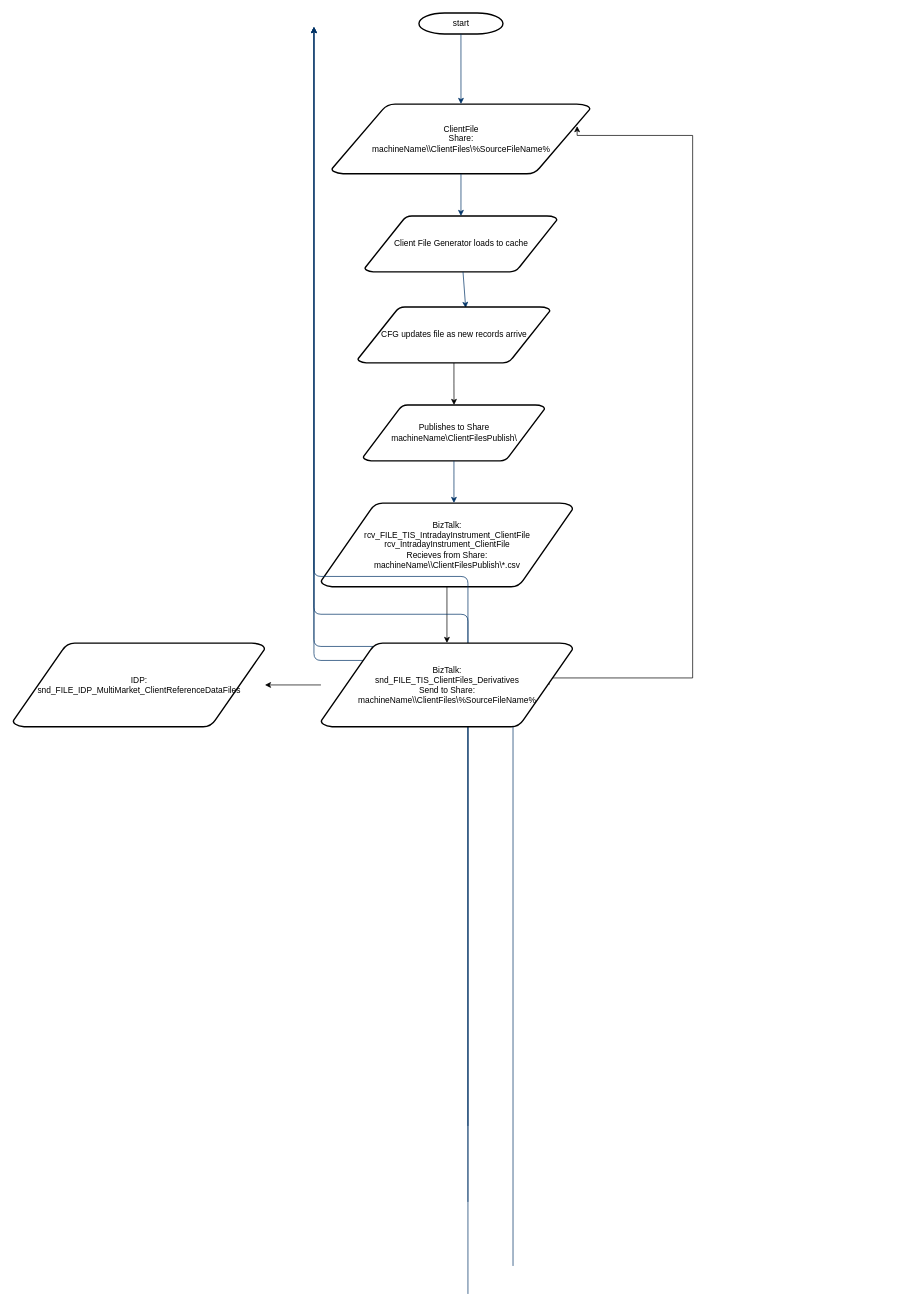
ByMadiba/Sandbox keeps this draw.io diagram as ClientFiles.drawio. Above is the earlier version. Source tidied: cells renumbered, new cells numbered last; positions are measured from the earlier drawing's top-left corner, leaving out a move shared by most shapes. Both pictures are drawn from the tidied source at 70%, with x=0, y=0 at pixel (13, 13).
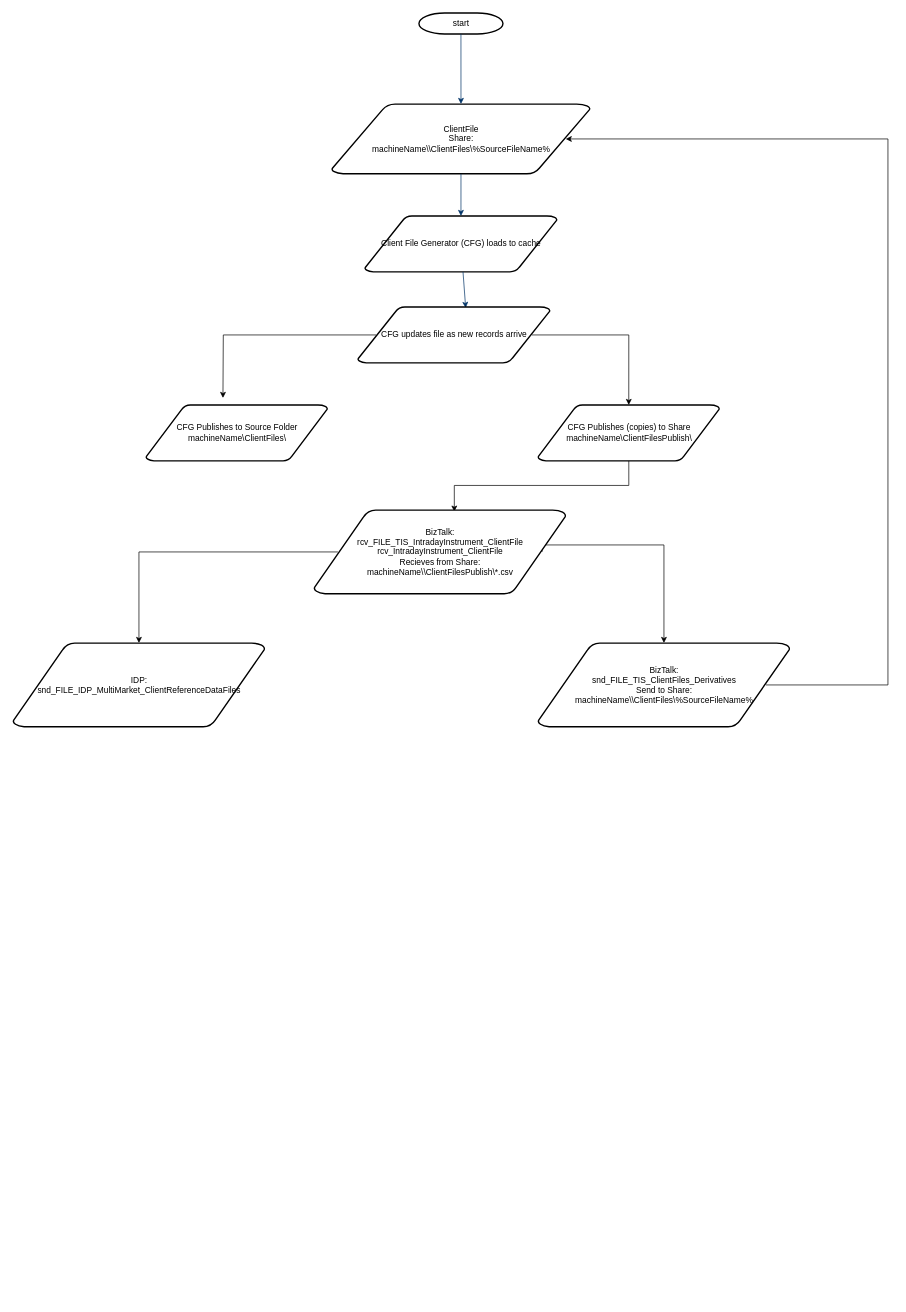
Above is the later version.

Commit message:
Full routing

The change refers to these unchanged cells:
```xml
<mxCell id="3" value="ClientFile&lt;br&gt;Share:&lt;br style=&quot;border-color: var(--border-color);&quot;&gt;machineName\\ClientFiles\%SourceFileName%" style="shape=mxgraph.flowchart.data;strokeWidth=2;gradientColor=none;gradientDirection=north;fontStyle=0;html=1;" parent="1" vertex="1">
  <mxGeometry x="455.3" y="130" width="369.5" height="100" as="geometry" />
</mxCell>
<mxCell id="17" value="CFG updates file as new records arrive" style="shape=mxgraph.flowchart.data;strokeWidth=2;gradientColor=none;gradientDirection=north;fontStyle=0;html=1;" parent="1" vertex="1">
  <mxGeometry x="492.6" y="420" width="274.8" height="80" as="geometry" />
</mxCell>
<mxCell id="21" value="IDP:&lt;br&gt;snd_FILE_IDP_MultiMarket_ClientReferenceDataFiles" style="shape=mxgraph.flowchart.data;strokeWidth=2;gradientColor=none;gradientDirection=north;fontStyle=0;html=1;" parent="1" vertex="1">
  <mxGeometry y="900" width="360" height="120" as="geometry" />
</mxCell>
```

Diff of the diagram source:
```diff
@@
+    <mxCell id="11" style="edgeStyle=orthogonalEdgeStyle;rounded=0;jettySize=auto;html=1;entryX=0.557;entryY=0.02;entryDx=0;entryDy=0;entryPerimeter=0;" parent="1" edge="1" source="4" target="10">
+      <mxGeometry relative="1" as="geometry" />
+    </mxCell>
-    <mxCell id="4" value="Publishes to Share&lt;br&gt;machineName\ClientFilesPublish\" style="shape=mxgraph.flowchart.data;strokeWidth=2;gradientColor=none;gradientDirection=north;fontStyle=0;html=1;" parent="1" vertex="1">
-      <mxGeometry x="500.3" y="560" width="259.5" height="80" as="geometry" />
+    <mxCell id="4" value="CFG Publishes (copies) to Share&lt;br&gt;machineName\ClientFilesPublish\" style="shape=mxgraph.flowchart.data;strokeWidth=2;gradientColor=none;gradientDirection=north;fontStyle=0;html=1;" parent="1" vertex="1">
+      <mxGeometry x="750" y="560" width="259.5" height="80" as="geometry" />
     </mxCell>
-    <mxCell id="5" value="Client File Generator loads to cache" style="shape=mxgraph.flowchart.data;strokeWidth=2;gradientColor=none;gradientDirection=north;fontStyle=0;html=1;" parent="1" vertex="1">
+    <mxCell id="5" value="Client File Generator (CFG) loads to cache" style="shape=mxgraph.flowchart.data;strokeWidth=2;gradientColor=none;gradientDirection=north;fontStyle=0;html=1;" parent="1" vertex="1">
       <mxGeometry x="502.6" y="290" width="274.8" height="80" as="geometry" />
     </mxCell>
@@
-    <mxCell id="9" style="edgeStyle=orthogonalEdgeStyle;rounded=0;jettySize=auto;html=1;entryX=0.5;entryY=0;entryDx=0;entryDy=0;entryPerimeter=0;" parent="1" edge="1" source="10" target="20">
-      <mxGeometry relative="1" as="geometry" />
+    <mxCell id="9" style="edgeStyle=orthogonalEdgeStyle;rounded=0;jettySize=auto;html=1;entryX=0.5;entryY=0;entryDx=0;entryDy=0;entryPerimeter=0;exitX=0.905;exitY=0.5;exitDx=0;exitDy=0;exitPerimeter=0;" parent="1" edge="1" source="10" target="20">
+      <mxGeometry relative="1" as="geometry">
+        <Array as="points">
+          <mxPoint x="930" y="760" />
+        </Array>
+      </mxGeometry>
     </mxCell>
     <mxCell id="10" value="BizTalk:&lt;br&gt;rcv_FILE_TIS_IntradayInstrument_ClientFile&lt;br&gt;rcv_IntradayInstrument_ClientFile&lt;br&gt;Recieves from Share:&lt;br&gt;machineName\\ClientFilesPublish\*.csv" style="shape=mxgraph.flowchart.data;strokeWidth=2;gradientColor=none;gradientDirection=north;fontStyle=0;html=1;" parent="1" vertex="1">
-      <mxGeometry x="440" y="700" width="360" height="120" as="geometry" />
+      <mxGeometry x="430" y="710" width="360" height="120" as="geometry" />
     </mxCell>
-    <mxCell id="11" style="edgeStyle=elbowEdgeStyle;elbow=horizontal;fontStyle=1;strokeColor=#003366;strokeWidth=1;html=1;" parent="1" edge="1" source="4" target="10">
-      <mxGeometry as="geometry" />
-    </mxCell>
-    <mxCell id="12" style="edgeStyle=elbowEdgeStyle;elbow=vertical;exitX=0.5;exitY=1;exitPerimeter=0;entryX=0.5;entryY=0;entryPerimeter=0;fontStyle=1;strokeColor=#003366;strokeWidth=1;html=1;" parent="1" edge="1">
-      <mxGeometry as="geometry">
-        <mxPoint x="650" y="1590" as="sourcePoint" />
-        <mxPoint x="430" y="20" as="targetPoint" />
-      </mxGeometry>
-    </mxCell>
-    <mxCell id="13" style="edgeStyle=elbowEdgeStyle;elbow=vertical;exitX=0.5;exitY=1;exitPerimeter=0;entryX=0.5;entryY=0;entryPerimeter=0;fontStyle=1;strokeColor=#003366;strokeWidth=1;html=1;" parent="1" edge="1">
-      <mxGeometry as="geometry">
-        <mxPoint x="650" y="1698.5" as="sourcePoint" />
-        <mxPoint x="430" y="20" as="targetPoint" />
-      </mxGeometry>
-    </mxCell>
-    <mxCell id="14" style="edgeStyle=elbowEdgeStyle;elbow=vertical;exitX=0.5;exitY=1;exitPerimeter=0;entryX=0.5;entryY=0;entryPerimeter=0;fontStyle=1;strokeColor=#003366;strokeWidth=1;html=1;" parent="1" edge="1">
-      <mxGeometry as="geometry">
-        <mxPoint x="650" y="1830" as="sourcePoint" />
-        <mxPoint x="430" y="20" as="targetPoint" />
-      </mxGeometry>
-    </mxCell>
-    <mxCell id="15" style="edgeStyle=elbowEdgeStyle;elbow=vertical;exitX=0.905;exitY=0.5;exitPerimeter=0;entryX=0;entryY=0.5;entryPerimeter=0;fontStyle=1;strokeColor=#003366;strokeWidth=1;html=1;" parent="1" edge="1">
-      <mxGeometry as="geometry">
-        <mxPoint x="714.4" y="1790" as="sourcePoint" />
-        <mxPoint x="430" y="20" as="targetPoint" />
-      </mxGeometry>
-    </mxCell>
-    <mxCell id="16" style="edgeStyle=orthogonalEdgeStyle;rounded=0;jettySize=auto;html=1;" parent="1" edge="1" source="17" target="4">
-      <mxGeometry relative="1" as="geometry" />
+    <mxCell id="16" style="edgeStyle=orthogonalEdgeStyle;rounded=0;jettySize=auto;html=1;exitX=0.095;exitY=0.5;exitDx=0;exitDy=0;exitPerimeter=0;" parent="1" edge="1" source="17">
+      <mxGeometry relative="1" as="geometry">
+        <mxPoint x="300" y="550" as="targetPoint" />
+      </mxGeometry>
     </mxCell>
@@
+    <mxCell id="19" style="edgeStyle=orthogonalEdgeStyle;rounded=0;jettySize=auto;html=1;exitX=0.095;exitY=0.5;exitDx=0;exitDy=0;exitPerimeter=0;" parent="1" edge="1" source="10" target="21">
+      <mxGeometry relative="1" as="geometry" />
+    </mxCell>
-    <mxCell id="18" style="edgeStyle=orthogonalEdgeStyle;rounded=0;jettySize=auto;html=1;entryX=0.949;entryY=0.317;entryDx=0;entryDy=0;entryPerimeter=0;exitX=0.905;exitY=0.5;exitDx=0;exitDy=0;exitPerimeter=0;" parent="1" edge="1" source="20" target="3">
+    <mxCell id="18" style="edgeStyle=orthogonalEdgeStyle;rounded=0;jettySize=auto;html=1;entryX=0.905;entryY=0.5;entryDx=0;entryDy=0;entryPerimeter=0;exitX=0.905;exitY=0.5;exitDx=0;exitDy=0;exitPerimeter=0;" parent="1" edge="1" source="20" target="3">
       <mxGeometry relative="1" as="geometry">
         <Array as="points">
-          <mxPoint x="971" y="950" />
-          <mxPoint x="971" y="175" />
+          <mxPoint x="1250" y="960" />
+          <mxPoint x="1250" y="180" />
         </Array>
       </mxGeometry>
     </mxCell>
-    <mxCell id="19" style="edgeStyle=orthogonalEdgeStyle;rounded=0;jettySize=auto;html=1;" parent="1" edge="1" source="20" target="21">
-      <mxGeometry relative="1" as="geometry" />
-    </mxCell>
     <mxCell id="20" value="BizTalk:&lt;br&gt;snd_FILE_TIS_ClientFiles_Derivatives&lt;br&gt;Send to Share:&lt;br&gt;machineName\\ClientFiles\%SourceFileName%" style="shape=mxgraph.flowchart.data;strokeWidth=2;gradientColor=none;gradientDirection=north;fontStyle=0;html=1;" parent="1" vertex="1">
-      <mxGeometry x="440" y="900" width="360" height="120" as="geometry" />
+      <mxGeometry x="750" y="900" width="360" height="120" as="geometry" />
     </mxCell>
@@
+    <mxCell id="22" style="edgeStyle=orthogonalEdgeStyle;rounded=0;jettySize=auto;html=1;exitX=0.905;exitY=0.5;exitDx=0;exitDy=0;exitPerimeter=0;entryX=0.5;entryY=0;entryDx=0;entryDy=0;entryPerimeter=0;" parent="1" edge="1" source="17" target="4">
+      <mxGeometry relative="1" as="geometry">
+        <Array as="points">
+          <mxPoint x="880" y="460" />
+        </Array>
+      </mxGeometry>
+    </mxCell>
+    <mxCell id="23" value="CFG Publishes to Source Folder&lt;br&gt;machineName\ClientFiles\" style="shape=mxgraph.flowchart.data;strokeWidth=2;gradientColor=none;gradientDirection=north;fontStyle=0;html=1;" parent="1" vertex="1">
+      <mxGeometry x="190" y="560" width="259.5" height="80" as="geometry" />
+    </mxCell>
```
